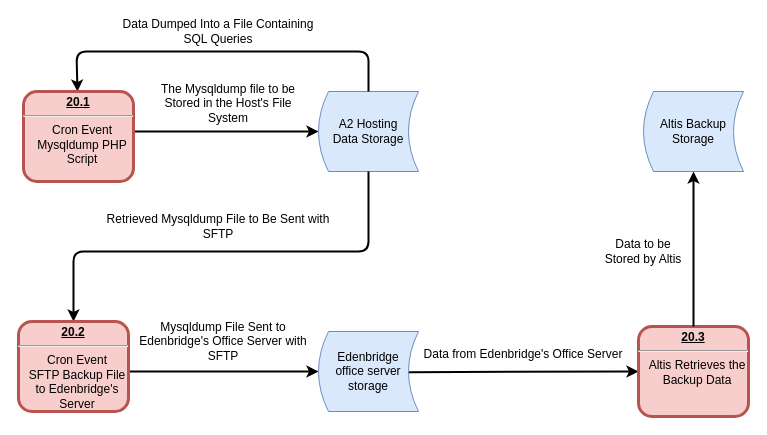
Earlier version of the draw.io diagram Diagrams/DFD/Backup.drawio (Harlento/SchedulingSystem). Source tidied: cells renumbered, new cells numbered last; positions are measured from the earlier drawing's top-left corner, leaving out a move shared by most shapes. Both pictures are drawn from the tidied source at 100%, with x=0, y=0 at pixel (18, 21).
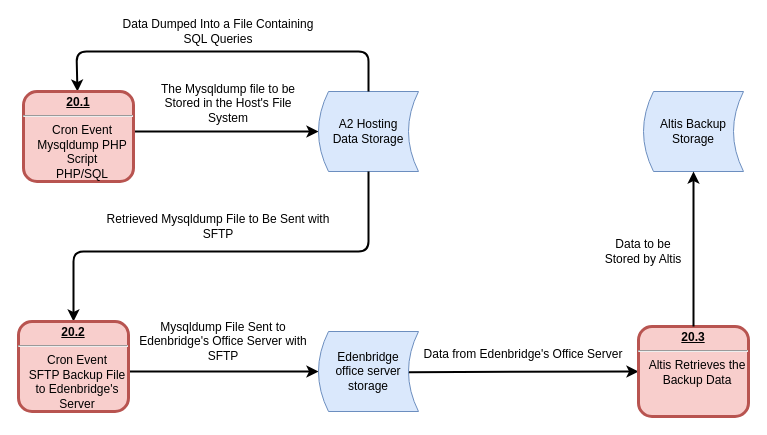
The same page after the edit.

Diff of the diagram source:
```diff
@@
-    <mxCell id="16" value="&lt;p style=&quot;margin: 0px ; margin-top: 4px ; text-align: center ; text-decoration: underline&quot;&gt;&lt;strong&gt;20.1&lt;br&gt;&lt;/strong&gt;&lt;/p&gt;&lt;hr&gt;&lt;p style=&quot;margin: 0px ; margin-left: 8px&quot;&gt;&lt;span style=&quot;font-weight: 400 ; white-space: normal&quot;&gt;Cron Event Mysqldump PHP Script&lt;/span&gt;&lt;br&gt;&lt;/p&gt;&lt;p style=&quot;margin: 0px ; margin-left: 8px&quot;&gt;&lt;br&gt;&lt;/p&gt;" style="verticalAlign=middle;align=center;overflow=fill;fontSize=12;fontFamily=Helvetica;html=1;rounded=1;fontStyle=1;strokeWidth=3;fillColor=#f8cecc;strokeColor=#b85450;" parent="1" vertex="1">
+    <mxCell id="16" value="&lt;p style=&quot;margin: 0px ; margin-top: 4px ; text-align: center ; text-decoration: underline&quot;&gt;&lt;strong&gt;20.1&lt;br&gt;&lt;/strong&gt;&lt;/p&gt;&lt;hr&gt;&lt;p style=&quot;margin: 0px ; margin-left: 8px&quot;&gt;&lt;span style=&quot;font-weight: 400 ; white-space: normal&quot;&gt;Cron Event Mysqldump PHP Script&lt;/span&gt;&lt;br&gt;&lt;/p&gt;&lt;p style=&quot;margin: 0px ; margin-left: 8px&quot;&gt;&lt;span style=&quot;font-weight: 400 ; white-space: normal&quot;&gt;PHP/SQL&lt;/span&gt;&lt;/p&gt;&lt;p style=&quot;margin: 0px ; margin-left: 8px&quot;&gt;&lt;br&gt;&lt;/p&gt;" style="verticalAlign=middle;align=center;overflow=fill;fontSize=12;fontFamily=Helvetica;html=1;rounded=1;fontStyle=1;strokeWidth=3;fillColor=#f8cecc;strokeColor=#b85450;" parent="1" vertex="1">
       <mxGeometry x="5" y="70" width="110" height="90" as="geometry" />
     </mxCell>
```
